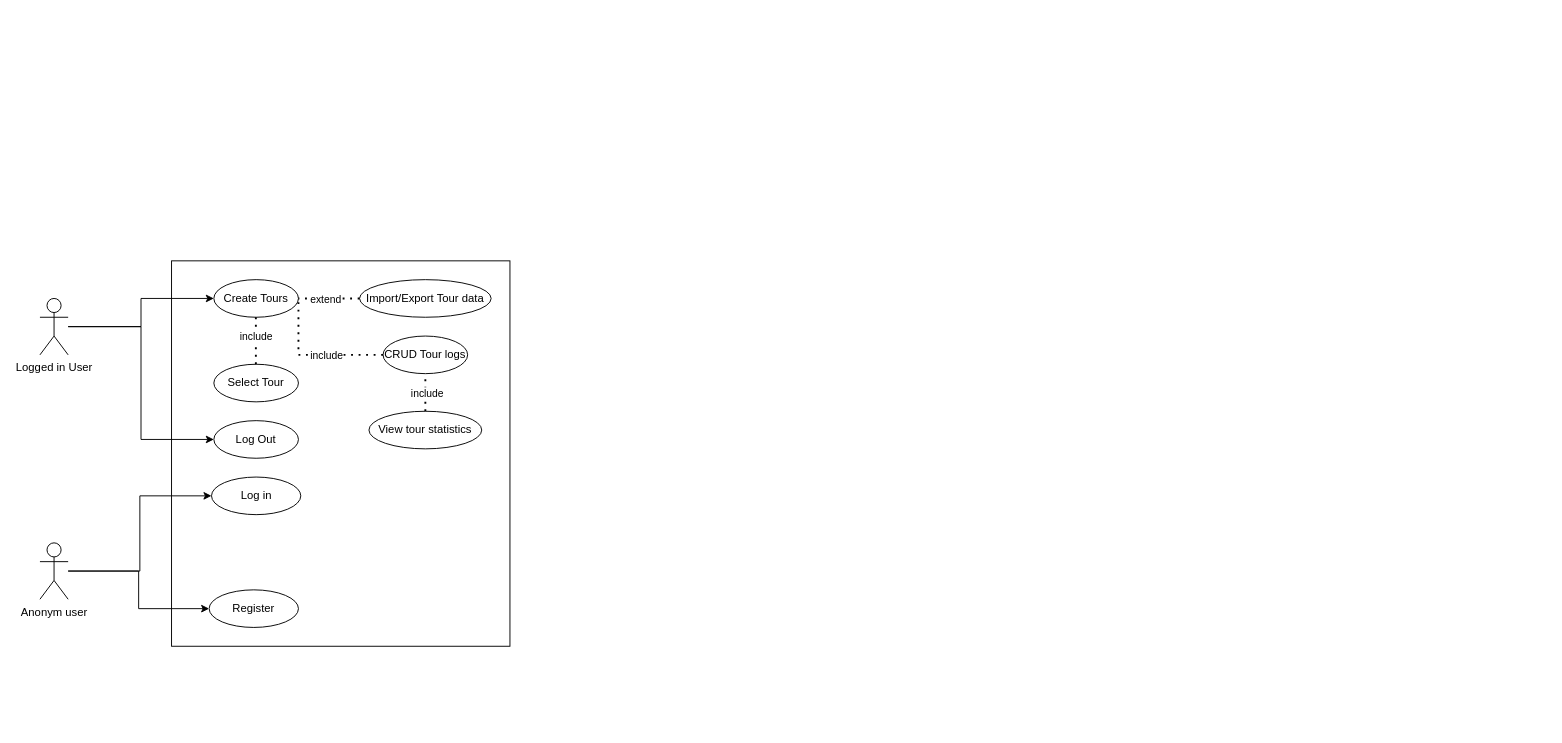
Above: documentation/UseCases.drawio in moggedkk/SWEN_2_Tour_Planner (draw.io), before the change. Source tidied: cells renumbered, new cells numbered last; positions are measured from the earlier drawing's top-left corner, leaving out a move shared by most shapes. Both pictures are drawn from the tidied source at 94%, with x=0, y=0 at pixel (39, 260).
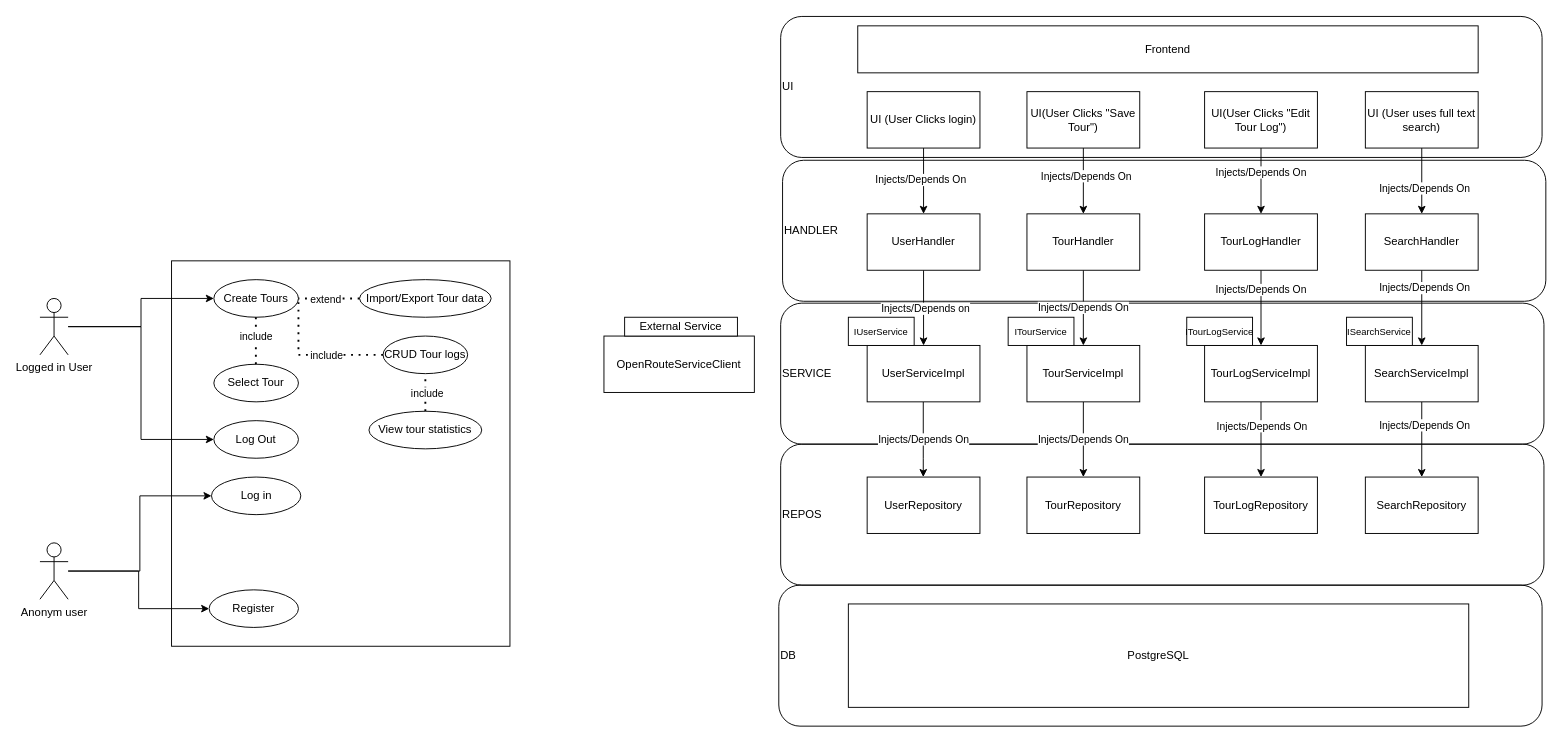
After the change.

The edit, as a diff of the source:
```diff
@@
+    <mxCell id="25" value="UI" style="rounded=1;whiteSpace=wrap;html=1;fillColor=none;align=left;" parent="1" vertex="1">
+      <mxGeometry x="788" y="-260" width="810" height="150" as="geometry" />
+    </mxCell>
+    <mxCell id="26" value="REPOS" style="rounded=1;whiteSpace=wrap;html=1;fillColor=none;align=left;" parent="1" vertex="1">
+      <mxGeometry x="788" y="195" width="812" height="150" as="geometry" />
+    </mxCell>
+    <mxCell id="27" value="SERVICE" style="rounded=1;whiteSpace=wrap;html=1;fillColor=none;align=left;" parent="1" vertex="1">
+      <mxGeometry x="788" y="45" width="812" height="150" as="geometry" />
+    </mxCell>
+    <mxCell id="28" value="HANDLER" style="rounded=1;whiteSpace=wrap;html=1;fillColor=none;align=left;" parent="1" vertex="1">
+      <mxGeometry x="790" y="-107" width="812" height="150" as="geometry" />
+    </mxCell>
@@
+    <mxCell id="29" style="edgeStyle=orthogonalEdgeStyle;rounded=0;jettySize=auto;html=1;" parent="1" edge="1" source="31" target="34">
+      <mxGeometry relative="1" as="geometry" />
+    </mxCell>
+    <mxCell id="30" value="Injects/Depends on" style="edgeLabel;html=1;align=center;verticalAlign=middle;" parent="29" vertex="1">
+      <mxGeometry y="1" relative="1" as="geometry" />
+    </mxCell>
+    <mxCell id="31" value="UserHandler" style="rounded=0;whiteSpace=wrap;html=1;" parent="1" vertex="1">
+      <mxGeometry x="880" y="-50" width="120" height="60" as="geometry" />
+    </mxCell>
+    <mxCell id="32" style="edgeStyle=orthogonalEdgeStyle;rounded=0;orthogonalLoop=1;jettySize=auto;html=1;" parent="1" edge="1">
+      <mxGeometry relative="1" as="geometry">
+        <mxPoint x="939.7" y="150" as="sourcePoint" />
+        <mxPoint x="939.7" y="230" as="targetPoint" />
+        <Array as="points">
+          <mxPoint x="939.7" y="210" />
+          <mxPoint x="939.7" y="210" />
+        </Array>
+      </mxGeometry>
+    </mxCell>
+    <mxCell id="33" value="Injects/Depends On" style="edgeLabel;html=1;align=center;verticalAlign=middle;" parent="32" vertex="1">
+      <mxGeometry x="-0.03" relative="1" as="geometry" />
+    </mxCell>
+    <mxCell id="34" value="UserServiceImpl" style="rounded=0;whiteSpace=wrap;html=1;" parent="1" vertex="1">
+      <mxGeometry x="880" y="90" width="120" height="60" as="geometry" />
+    </mxCell>
+    <mxCell id="35" value="UserRepository" style="rounded=0;whiteSpace=wrap;html=1;" parent="1" vertex="1">
+      <mxGeometry x="880" y="230" width="120" height="60" as="geometry" />
+    </mxCell>
+    <mxCell id="36" style="edgeStyle=orthogonalEdgeStyle;rounded=0;jettySize=auto;html=1;" parent="1" edge="1" source="38" target="31">
+      <mxGeometry relative="1" as="geometry" />
+    </mxCell>
+    <mxCell id="37" value="Injects/Depends On" style="edgeLabel;html=1;align=center;verticalAlign=middle;" parent="36" vertex="1">
+      <mxGeometry x="-0.06" y="-4" relative="1" as="geometry" />
+    </mxCell>
+    <mxCell id="38" value="UI (User Clicks login)" style="rounded=0;whiteSpace=wrap;html=1;" parent="1" vertex="1">
+      <mxGeometry x="880" y="-180" width="120" height="60" as="geometry" />
+    </mxCell>
+    <mxCell id="39" style="edgeStyle=orthogonalEdgeStyle;rounded=0;jettySize=auto;html=1;" parent="1" edge="1" source="41" target="43">
+      <mxGeometry relative="1" as="geometry" />
+    </mxCell>
+    <mxCell id="40" value="Injects/Depends On" style="edgeLabel;html=1;align=center;verticalAlign=middle;" parent="39" vertex="1">
+      <mxGeometry x="-0.18" y="2" relative="1" as="geometry" />
+    </mxCell>
+    <mxCell id="41" value="UI(User Clicks &quot;Save Tour&quot;)" style="rounded=0;whiteSpace=wrap;html=1;" parent="1" vertex="1">
+      <mxGeometry x="1050" y="-180" width="120" height="60" as="geometry" />
+    </mxCell>
+    <mxCell id="42" value="Injects/Depends On" style="edgeStyle=orthogonalEdgeStyle;rounded=0;jettySize=auto;html=1;" parent="1" edge="1" source="43" target="45">
+      <mxGeometry relative="1" as="geometry" />
+    </mxCell>
+    <mxCell id="43" value="TourHandler" style="rounded=0;whiteSpace=wrap;html=1;" parent="1" vertex="1">
+      <mxGeometry x="1050" y="-50" width="120" height="60" as="geometry" />
+    </mxCell>
+    <mxCell id="44" value="Injects/Depends On" style="edgeStyle=orthogonalEdgeStyle;rounded=0;jettySize=auto;html=1;" parent="1" edge="1" source="45" target="46">
+      <mxGeometry relative="1" as="geometry" />
+    </mxCell>
+    <mxCell id="45" value="TourServiceImpl" style="rounded=0;whiteSpace=wrap;html=1;" parent="1" vertex="1">
+      <mxGeometry x="1050" y="90" width="120" height="60" as="geometry" />
+    </mxCell>
+    <mxCell id="46" value="TourRepository" style="rounded=0;whiteSpace=wrap;html=1;" parent="1" vertex="1">
+      <mxGeometry x="1050" y="230" width="120" height="60" as="geometry" />
+    </mxCell>
+    <mxCell id="47" style="edgeStyle=orthogonalEdgeStyle;rounded=0;jettySize=auto;html=1;" parent="1" edge="1" source="49" target="52">
+      <mxGeometry relative="1" as="geometry" />
+    </mxCell>
+    <mxCell id="48" value="Injects/Depends On" style="edgeLabel;html=1;align=center;verticalAlign=middle;" parent="47" vertex="1">
+      <mxGeometry x="-0.3" y="-1" relative="1" as="geometry" />
+    </mxCell>
+    <mxCell id="49" value="UI(User Clicks &quot;Edit Tour Log&quot;)" style="rounded=0;whiteSpace=wrap;html=1;" parent="1" vertex="1">
+      <mxGeometry x="1239" y="-180" width="120" height="60" as="geometry" />
+    </mxCell>
+    <mxCell id="50" style="edgeStyle=orthogonalEdgeStyle;rounded=0;jettySize=auto;html=1;" parent="1" edge="1" source="52" target="55">
+      <mxGeometry relative="1" as="geometry" />
+    </mxCell>
+    <mxCell id="51" value="Injects/Depends On" style="edgeLabel;html=1;align=center;verticalAlign=middle;" parent="50" vertex="1">
+      <mxGeometry x="-0.5" y="-1" relative="1" as="geometry" />
+    </mxCell>
+    <mxCell id="52" value="TourLogHandler" style="rounded=0;whiteSpace=wrap;html=1;" parent="1" vertex="1">
+      <mxGeometry x="1239" y="-50" width="120" height="60" as="geometry" />
+    </mxCell>
+    <mxCell id="53" style="edgeStyle=orthogonalEdgeStyle;rounded=0;jettySize=auto;html=1;" parent="1" edge="1" source="55" target="56">
+      <mxGeometry relative="1" as="geometry" />
+    </mxCell>
+    <mxCell id="54" value="Injects/Depends On" style="edgeLabel;html=1;align=center;verticalAlign=middle;" parent="53" vertex="1">
+      <mxGeometry x="-0.38" relative="1" as="geometry" />
+    </mxCell>
+    <mxCell id="55" value="TourLogServiceImpl" style="rounded=0;whiteSpace=wrap;html=1;" parent="1" vertex="1">
+      <mxGeometry x="1239" y="90" width="120" height="60" as="geometry" />
+    </mxCell>
+    <mxCell id="56" value="TourLogRepository" style="rounded=0;whiteSpace=wrap;html=1;" parent="1" vertex="1">
+      <mxGeometry x="1239" y="230" width="120" height="60" as="geometry" />
+    </mxCell>
+    <mxCell id="57" style="edgeStyle=orthogonalEdgeStyle;rounded=0;jettySize=auto;html=1;" parent="1" edge="1" source="59" target="62">
+      <mxGeometry relative="1" as="geometry" />
+    </mxCell>
+    <mxCell id="58" value="Injects/Depends On" style="edgeLabel;html=1;align=center;verticalAlign=middle;" parent="57" vertex="1">
+      <mxGeometry x="0.2" y="2" relative="1" as="geometry" />
+    </mxCell>
+    <mxCell id="59" value="UI (User uses full text search)" style="rounded=0;whiteSpace=wrap;html=1;" parent="1" vertex="1">
+      <mxGeometry x="1410" y="-180" width="120" height="60" as="geometry" />
+    </mxCell>
+    <mxCell id="60" style="edgeStyle=orthogonalEdgeStyle;rounded=0;jettySize=auto;html=1;" parent="1" edge="1" source="62" target="65">
+      <mxGeometry relative="1" as="geometry" />
+    </mxCell>
+    <mxCell id="61" value="Injects/Depends On" style="edgeLabel;html=1;align=center;verticalAlign=middle;" parent="60" vertex="1">
+      <mxGeometry x="-0.54" y="2" relative="1" as="geometry" />
+    </mxCell>
+    <mxCell id="62" value="SearchHandler" style="rounded=0;whiteSpace=wrap;html=1;" parent="1" vertex="1">
+      <mxGeometry x="1410" y="-50" width="120" height="60" as="geometry" />
+    </mxCell>
+    <mxCell id="63" style="edgeStyle=orthogonalEdgeStyle;rounded=0;jettySize=auto;html=1;" parent="1" edge="1" source="65" target="66">
+      <mxGeometry relative="1" as="geometry" />
+    </mxCell>
+    <mxCell id="64" value="Injects/Depends On" style="edgeLabel;html=1;align=center;verticalAlign=middle;" parent="63" vertex="1">
+      <mxGeometry x="-0.39" y="2" relative="1" as="geometry" />
+    </mxCell>
+    <mxCell id="65" value="SearchServiceImpl" style="rounded=0;whiteSpace=wrap;html=1;" parent="1" vertex="1">
+      <mxGeometry x="1410" y="90" width="120" height="60" as="geometry" />
+    </mxCell>
+    <mxCell id="66" value="SearchRepository" style="rounded=0;whiteSpace=wrap;html=1;" parent="1" vertex="1">
+      <mxGeometry x="1410" y="230" width="120" height="60" as="geometry" />
+    </mxCell>
+    <mxCell id="67" value="DB" style="rounded=1;whiteSpace=wrap;html=1;fillColor=none;align=left;" parent="1" vertex="1">
+      <mxGeometry x="786" y="345" width="812" height="150" as="geometry" />
+    </mxCell>
+    <mxCell id="68" value="PostgreSQL" style="rounded=0;whiteSpace=wrap;html=1;" parent="1" vertex="1">
+      <mxGeometry x="860" y="365" width="660" height="110" as="geometry" />
+    </mxCell>
+    <mxCell id="69" value="OpenRouteServiceClient" style="rounded=0;whiteSpace=wrap;html=1;" parent="1" vertex="1">
+      <mxGeometry x="600" y="80" width="160" height="60" as="geometry" />
+    </mxCell>
+    <mxCell id="70" value="External Service" style="whiteSpace=wrap;html=1;" parent="1" vertex="1">
+      <mxGeometry x="622" y="60" width="120" height="20" as="geometry" />
+    </mxCell>
+    <mxCell id="71" value="Frontend" style="rounded=0;whiteSpace=wrap;html=1;" parent="1" vertex="1">
+      <mxGeometry x="870" y="-250" width="660" height="50" as="geometry" />
+    </mxCell>
+    <mxCell id="72" value="&lt;font style=&quot;font-size: 10px;&quot;&gt;IUserService&lt;/font&gt;" style="whiteSpace=wrap;html=1;" parent="1" vertex="1">
+      <mxGeometry x="860" y="60" width="70" height="30" as="geometry" />
+    </mxCell>
+    <mxCell id="73" value="&lt;font style=&quot;font-size: 10px;&quot;&gt;ITourService&lt;/font&gt;" style="whiteSpace=wrap;html=1;" parent="1" vertex="1">
+      <mxGeometry x="1030" y="60" width="70" height="30" as="geometry" />
+    </mxCell>
+    <mxCell id="74" value="&lt;font style=&quot;font-size: 10px;&quot;&gt;ITourLogService&lt;/font&gt;" style="whiteSpace=wrap;html=1;" parent="1" vertex="1">
+      <mxGeometry x="1220" y="60" width="70" height="30" as="geometry" />
+    </mxCell>
+    <mxCell id="75" value="&lt;font style=&quot;font-size: 10px;&quot;&gt;ISearchService&lt;/font&gt;" style="whiteSpace=wrap;html=1;" parent="1" vertex="1">
+      <mxGeometry x="1390" y="60" width="70" height="30" as="geometry" />
+    </mxCell>
```
